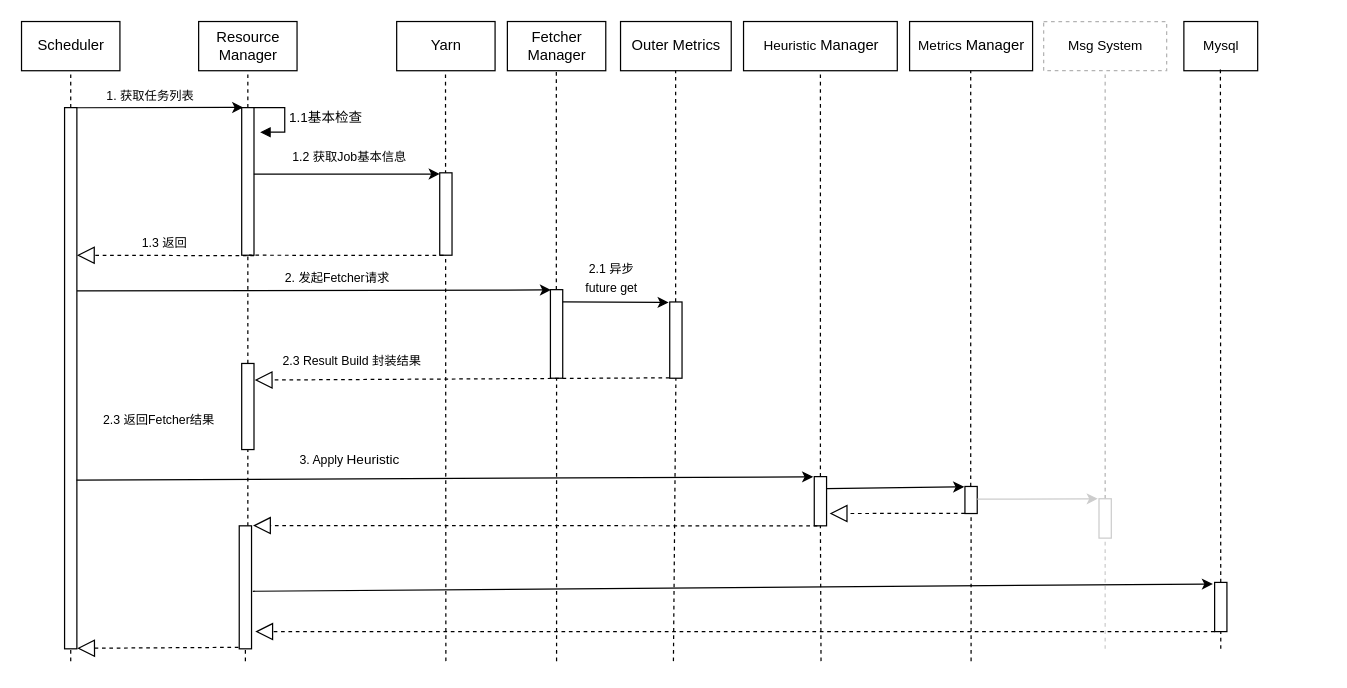
The draw.io diagram warship/Warship-关键时序图.drawio in imperio-wxm/draw, before the edit. Source tidied: cells renumbered, new cells numbered last; positions are measured from the earlier drawing's top-left corner, leaving out a move shared by most shapes. Both pictures are drawn from the tidied source at 123%, with x=0, y=0 at pixel (21, 21).
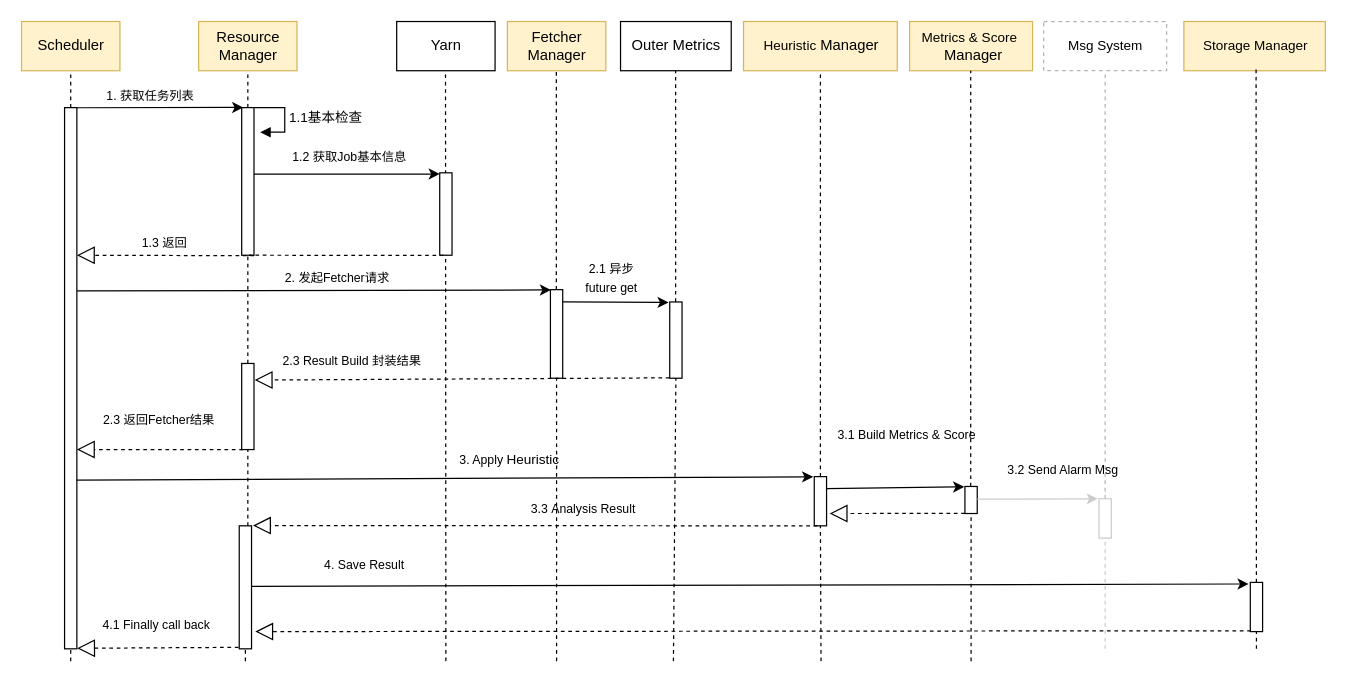
Above is the later version.

Commit message (it also covers changes not shown here):
Update Warship-关键时序图.drawio

Unchanged cells that the change refers to:
```xml
<mxCell id="56" style="html=1;points=[];perimeter=orthogonalPerimeter;" parent="1" vertex="1">
  <mxGeometry x="177" y="410" width="10" height="100" as="geometry" />
</mxCell>
```

The edit, as a diff of the source:
```diff
@@
-    <mxCell id="2" value="Scheduler" style="html=1;" parent="1" vertex="1">
+    <mxCell id="2" value="Scheduler" style="html=1;fillColor=#fff2cc;strokeColor=#d6b656;" parent="1" vertex="1">
       <mxGeometry width="80" height="40" as="geometry" />
     </mxCell>
@@
-    <mxCell id="5" value="Resource&lt;br&gt;Manager" style="html=1;" parent="1" vertex="1">
+    <mxCell id="5" value="Resource&lt;br&gt;Manager" style="html=1;fillColor=#fff2cc;strokeColor=#d6b656;" parent="1" vertex="1">
       <mxGeometry x="144" width="80" height="40" as="geometry" />
     </mxCell>
@@
-    <mxCell id="12" value="Fetcher&lt;br&gt;Manager" style="html=1;" parent="1" vertex="1">
+    <mxCell id="12" value="Fetcher&lt;br&gt;Manager" style="html=1;fillColor=#fff2cc;strokeColor=#d6b656;" parent="1" vertex="1">
       <mxGeometry x="395" width="80" height="40" as="geometry" />
     </mxCell>
@@
-    <mxCell id="36" value="&lt;span style=&quot;font-size: 11px&quot;&gt;Heuristic&lt;/span&gt;&amp;nbsp;Manager" style="html=1;" parent="1" vertex="1">
+    <mxCell id="36" value="&lt;span style=&quot;font-size: 11px&quot;&gt;Heuristic&lt;/span&gt;&amp;nbsp;Manager" style="html=1;fillColor=#fff2cc;strokeColor=#d6b656;" parent="1" vertex="1">
       <mxGeometry x="587" width="125" height="40" as="geometry" />
     </mxCell>
@@
     <mxCell id="43" value="&lt;span style=&quot;font-size: 10px&quot;&gt;3. Apply&amp;nbsp;&lt;/span&gt;&lt;span style=&quot;font-size: 11px&quot;&gt;Heuristic&lt;/span&gt;" style="text;html=1;strokeColor=none;fillColor=none;align=center;verticalAlign=middle;whiteSpace=wrap;rounded=0;" parent="1" vertex="1">
-      <mxGeometry x="177" y="342" width="180" height="28" as="geometry" />
+      <mxGeometry x="307" y="342" width="180" height="28" as="geometry" />
     </mxCell>
-    <mxCell id="44" value="&lt;span style=&quot;font-size: 11px&quot;&gt;Metrics&lt;/span&gt; Manager" style="html=1;" parent="1" vertex="1">
+    <mxCell id="44" value="&lt;span style=&quot;font-size: 11px&quot;&gt;Metrics &amp;amp; Score&amp;nbsp;&lt;br&gt;&lt;/span&gt;&amp;nbsp;Manager" style="html=1;fillColor=#fff2cc;strokeColor=#d6b656;" parent="1" vertex="1">
       <mxGeometry x="722" width="100" height="40" as="geometry" />
     </mxCell>
@@
-    <mxCell id="58" value="&lt;span style=&quot;font-size: 11px&quot;&gt;Mysql&lt;/span&gt;" style="html=1;" parent="1" vertex="1">
-      <mxGeometry x="945" width="60" height="40" as="geometry" />
+    <mxCell id="58" value="&lt;span style=&quot;font-size: 11px&quot;&gt;Storage Manager&lt;/span&gt;" style="html=1;fillColor=#fff2cc;strokeColor=#d6b656;" parent="1" vertex="1">
+      <mxGeometry x="945" width="115" height="40" as="geometry" />
     </mxCell>
     <mxCell id="59" style="endArrow=none;dashed=1;html=1;entryX=0.5;entryY=1;entryDx=0;entryDy=0;" parent="1" edge="1">
       <mxGeometry relative="1" as="geometry">
-        <mxPoint x="975" y="510" as="sourcePoint" />
-        <mxPoint x="974.7" y="39" as="targetPoint" />
+        <mxPoint x="1004" y="510" as="sourcePoint" />
+        <mxPoint x="1003.7" y="39" as="targetPoint" />
       </mxGeometry>
     </mxCell>
     <mxCell id="60" style="html=1;points=[];perimeter=orthogonalPerimeter;" parent="1" vertex="1">
-      <mxGeometry x="970" y="456" width="10" height="40" as="geometry" />
+      <mxGeometry x="999" y="456" width="10" height="40" as="geometry" />
     </mxCell>
-    <mxCell id="61" style="endArrow=classic;html=1;entryX=-0.138;entryY=0.032;entryDx=0;entryDy=0;entryPerimeter=0;exitX=1.1;exitY=0.532;exitDx=0;exitDy=0;exitPerimeter=0;" parent="1" edge="1" source="56" target="60">
+    <mxCell id="61" style="endArrow=classic;html=1;entryX=-0.138;entryY=0.032;entryDx=0;entryDy=0;entryPerimeter=0;exitX=1.019;exitY=0.492;exitDx=0;exitDy=0;exitPerimeter=0;" parent="1" edge="1" source="56" target="60">
       <mxGeometry relative="1" as="geometry" />
     </mxCell>
-    <mxCell id="62" style="endArrow=block;dashed=1;endFill=0;endSize=12;html=1;exitX=0.1;exitY=1;exitDx=0;exitDy=0;exitPerimeter=0;" parent="1" edge="1">
+    <mxCell id="62" style="endArrow=block;dashed=1;endFill=0;endSize=12;html=1;exitX=0.05;exitY=0.983;exitDx=0;exitDy=0;exitPerimeter=0;" parent="1" edge="1" source="60">
       <mxGeometry relative="1" as="geometry">
-        <mxPoint x="970" y="496" as="sourcePoint" />
         <mxPoint x="190" y="496" as="targetPoint" />
       </mxGeometry>
     </mxCell>
+    <mxCell id="63" value="&lt;span style=&quot;font-size: 10px&quot;&gt;3.1 Build Metrics &amp;amp; Score&lt;/span&gt;" style="text;html=1;strokeColor=none;fillColor=none;align=center;verticalAlign=middle;whiteSpace=wrap;rounded=0;" parent="1" vertex="1">
+      <mxGeometry x="640" y="322" width="160" height="28" as="geometry" />
+    </mxCell>
+    <mxCell id="64" value="&lt;span style=&quot;font-size: 10px&quot;&gt;3.2 Send Alarm Msg&lt;/span&gt;" style="text;html=1;strokeColor=none;fillColor=none;align=center;verticalAlign=middle;whiteSpace=wrap;rounded=0;" parent="1" vertex="1">
+      <mxGeometry x="767" y="350" width="160" height="28" as="geometry" />
+    </mxCell>
+    <mxCell id="65" value="&lt;span style=&quot;font-size: 10px&quot;&gt;3.3&lt;/span&gt;&lt;span style=&quot;font-size: 10px&quot;&gt;&amp;nbsp;Analysis Result&lt;/span&gt;" style="text;html=1;strokeColor=none;fillColor=none;align=center;verticalAlign=middle;whiteSpace=wrap;rounded=0;" parent="1" vertex="1">
+      <mxGeometry x="377" y="382" width="160" height="28" as="geometry" />
+    </mxCell>
+    <mxCell id="66" value="&lt;span style=&quot;font-size: 10px&quot;&gt;4. Save Result&lt;/span&gt;" style="text;html=1;strokeColor=none;fillColor=none;align=center;verticalAlign=middle;whiteSpace=wrap;rounded=0;" parent="1" vertex="1">
+      <mxGeometry x="199" y="428" width="160" height="28" as="geometry" />
+    </mxCell>
+    <mxCell id="67" value="&lt;span style=&quot;font-size: 10px&quot;&gt;4.1 Finally call back&lt;/span&gt;" style="text;html=1;strokeColor=none;fillColor=none;align=center;verticalAlign=middle;whiteSpace=wrap;rounded=0;" parent="1" vertex="1">
+      <mxGeometry x="30" y="476" width="160" height="28" as="geometry" />
+    </mxCell>
+    <mxCell id="68" style="endArrow=block;dashed=1;endFill=0;endSize=12;html=1;entryX=1.117;entryY=-0.002;entryDx=0;entryDy=0;entryPerimeter=0;" parent="1" edge="1">
+      <mxGeometry relative="1" as="geometry">
+        <mxPoint x="180" y="348" as="sourcePoint" />
+        <mxPoint x="45" y="348" as="targetPoint" />
+      </mxGeometry>
+    </mxCell>
```
